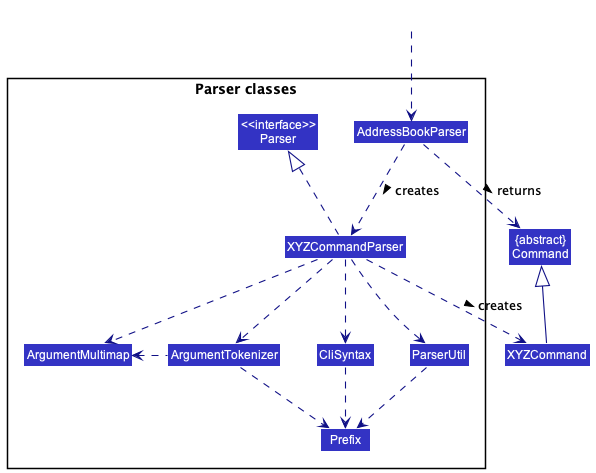
nus-cs2103-AY2223S1/tp keeps this PlantUML diagram as docs/images/ParserClasses.png. Above is the earlier version.
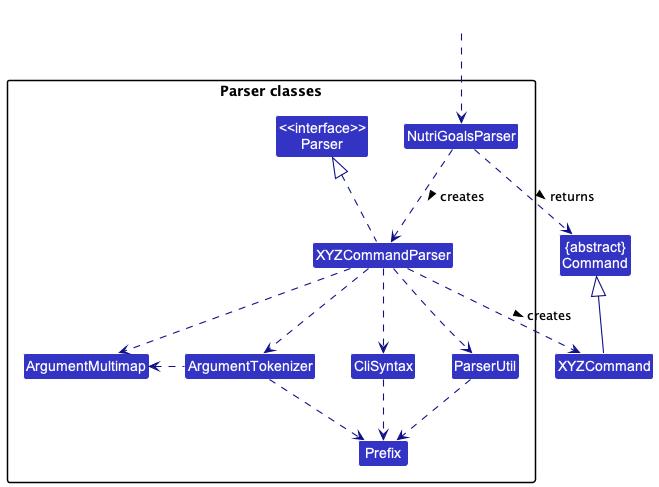
The same diagram one commit later.

The edit, as a diff of the source:
```diff
@@ -9,7 +9,7 @@
 
 package "Parser classes"{
 Class "<<interface>>\nParser" as Parser
-Class AddressBookParser
+Class NutriGoalsParser
 Class XYZCommandParser
 Class CliSyntax
 Class ParserUtil
@@ -19,12 +19,12 @@
 }
 
 Class HiddenOutside #FFFFFF
-HiddenOutside ..> AddressBookParser
+HiddenOutside ..> NutriGoalsParser
 
-AddressBookParser .down.> XYZCommandParser: creates >
+NutriGoalsParser .down.> XYZCommandParser: creates >
 
 XYZCommandParser ..> XYZCommand : creates >
-AddressBookParser ..> Command : returns >
+NutriGoalsParser ..> Command : returns >
 XYZCommandParser .up.|> Parser
 XYZCommandParser ..> ArgumentMultimap
 XYZCommandParser ..> ArgumentTokenizer
```
